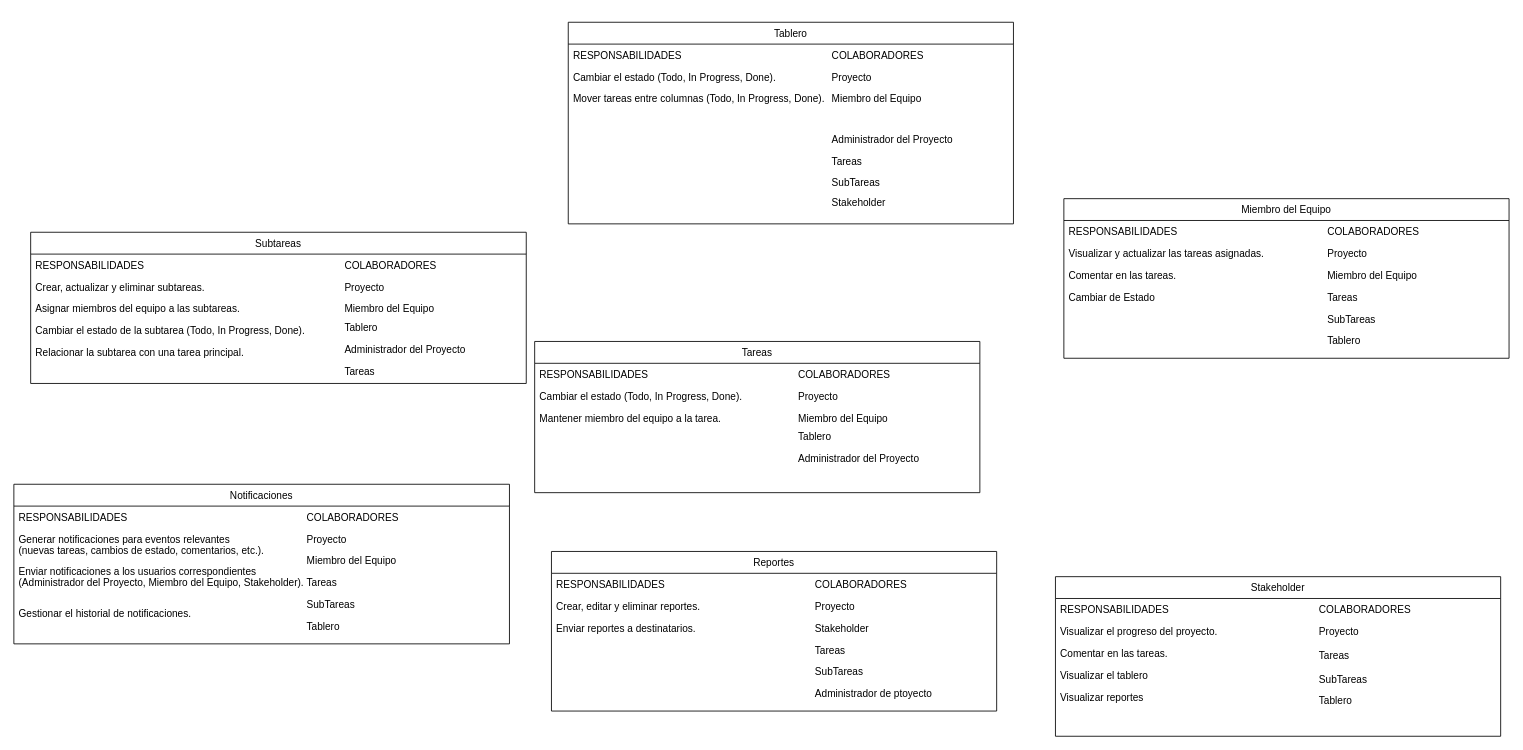
Juarezgump655/Analisis_Sistemas_II keeps this draw.io diagram as page "CRC" (3 of 3) of DIAGRAMA DE CLASES, SECUENCIAS Y CRC.drawio. Above is the earlier version. Source tidied: cells renumbered, new cells numbered last; positions are measured from the earlier drawing's top-left corner, leaving out a move shared by most shapes. Both pictures are drawn from the tidied source at 84%, with x=0, y=0 at pixel (13, 22).
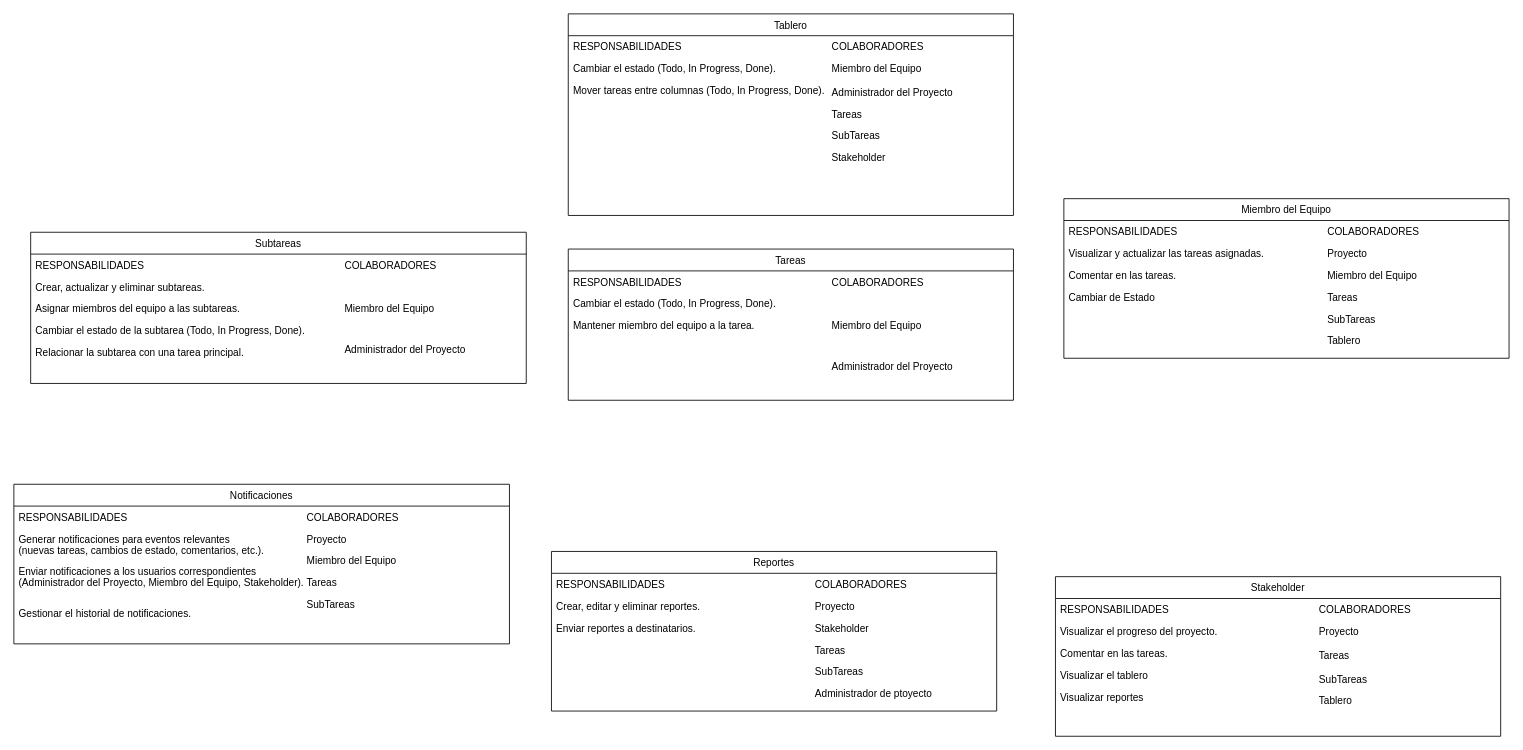
After the change.

Unchanged cells that the change refers to:
```xml
<mxCell id="33" style="group;" parent="28" vertex="1">
  <mxGeometry x="308" y="26" width="220" height="156" as="geometry" />
</mxCell>
<mxCell id="44" style="group;" parent="39" vertex="1">
  <mxGeometry x="308" y="26" width="230" height="200" as="geometry" />
</mxCell>
<mxCell id="71" style="group;" parent="64" vertex="1">
  <mxGeometry x="308" y="26" width="220" height="156" as="geometry" />
</mxCell>
<mxCell id="84" style="group;" parent="78" vertex="1">
  <mxGeometry x="342.9" y="26" width="244.9" height="156" as="geometry" />
</mxCell>
```

The edit, as a diff of the source:
```diff
@@
     <mxCell id="28" style="group;" parent="1" vertex="1">
-      <mxGeometry x="620" y="380" width="530" height="230" as="geometry" />
+      <mxGeometry x="660" y="270" width="530" height="230" as="geometry" />
     </mxCell>
@@
-    <mxCell id="35" value="Proyecto" style="text;align=left;verticalAlign=top;spacingLeft=4;spacingRight=4;overflow=hidden;rounded=0;shadow=0;html=0;" parent="33" vertex="1">
-      <mxGeometry y="26" width="220" height="26" as="geometry" />
-    </mxCell>
@@
-    <mxCell id="37" value="Tablero" style="text;align=left;verticalAlign=top;spacingLeft=4;spacingRight=4;overflow=hidden;rounded=0;shadow=0;html=0;" parent="33" vertex="1">
-      <mxGeometry y="74" width="220" height="26" as="geometry" />
-    </mxCell>
@@
     <mxCell id="39" style="group;" parent="1" vertex="1">
-      <mxGeometry x="660" width="538" height="240" as="geometry" />
+      <mxGeometry x="660" y="-10" width="538" height="240" as="geometry" />
     </mxCell>
@@
-    <mxCell id="46" value="Proyecto" style="text;align=left;verticalAlign=top;spacingLeft=4;spacingRight=4;overflow=hidden;rounded=0;shadow=0;html=0;" parent="44" vertex="1">
-      <mxGeometry y="26" width="220" height="26" as="geometry" />
-    </mxCell>
     <mxCell id="47" value="Miembro del Equipo" style="text;align=left;verticalAlign=top;spacingLeft=4;spacingRight=4;overflow=hidden;rounded=0;shadow=0;html=0;" parent="44" vertex="1">
-      <mxGeometry y="52" width="220" height="26" as="geometry" />
+      <mxGeometry y="26" width="220" height="26" as="geometry" />
     </mxCell>
     <mxCell id="48" value="Administrador del Proyecto" style="text;align=left;verticalAlign=top;spacingLeft=4;spacingRight=4;overflow=hidden;rounded=0;shadow=0;html=0;" parent="44" vertex="1">
-      <mxGeometry y="100" width="220" height="26" as="geometry" />
+      <mxGeometry y="54" width="220" height="26" as="geometry" />
     </mxCell>
     <mxCell id="49" value="Tareas" style="text;align=left;verticalAlign=top;spacingLeft=4;spacingRight=4;overflow=hidden;rounded=0;shadow=0;html=0;" parent="44" vertex="1">
-      <mxGeometry y="126" width="220" height="26" as="geometry" />
+      <mxGeometry y="80" width="220" height="26" as="geometry" />
     </mxCell>
     <mxCell id="50" value="SubTareas" style="text;align=left;verticalAlign=top;spacingLeft=4;spacingRight=4;overflow=hidden;rounded=0;shadow=0;html=0;" parent="44" vertex="1">
-      <mxGeometry y="152" width="220" height="26" as="geometry" />
+      <mxGeometry y="106" width="220" height="26" as="geometry" />
     </mxCell>
     <mxCell id="51" value="Stakeholder" style="text;align=left;verticalAlign=top;spacingLeft=4;spacingRight=4;overflow=hidden;rounded=0;shadow=0;html=0;" parent="44" vertex="1">
-      <mxGeometry y="175" width="220" height="26" as="geometry" />
+      <mxGeometry y="132" width="220" height="26" as="geometry" />
     </mxCell>
@@
-    <mxCell id="73" value="Proyecto" style="text;align=left;verticalAlign=top;spacingLeft=4;spacingRight=4;overflow=hidden;rounded=0;shadow=0;html=0;" parent="71" vertex="1">
-      <mxGeometry y="26" width="220" height="26" as="geometry" />
-    </mxCell>
@@
-    <mxCell id="75" value="Tablero" style="text;align=left;verticalAlign=top;spacingLeft=4;spacingRight=4;overflow=hidden;rounded=0;shadow=0;html=0;" parent="71" vertex="1">
-      <mxGeometry y="74" width="220" height="26" as="geometry" />
-    </mxCell>
@@
-    <mxCell id="77" value="Tareas" style="text;align=left;verticalAlign=top;spacingLeft=4;spacingRight=4;overflow=hidden;rounded=0;shadow=0;html=0;" parent="71" vertex="1">
-      <mxGeometry y="126" width="220" height="26" as="geometry" />
-    </mxCell>
@@
-    <mxCell id="90" value="Tablero" style="text;align=left;verticalAlign=top;spacingLeft=4;spacingRight=4;overflow=hidden;rounded=0;shadow=0;html=0;" parent="84" vertex="1">
-      <mxGeometry y="130" width="244.9" height="26" as="geometry" />
-    </mxCell>
```
